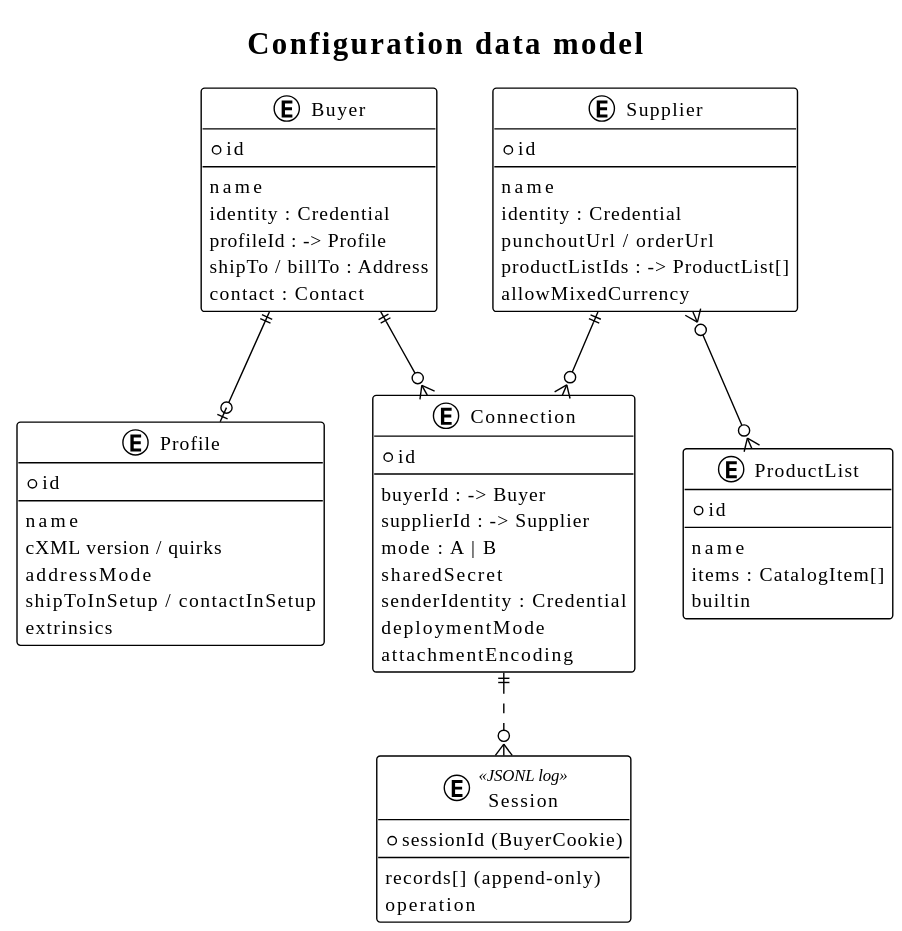
Earlier version of the PlantUML export docs/diagrams/data-model.svg (slawomir-szostak/punchout-simulator).
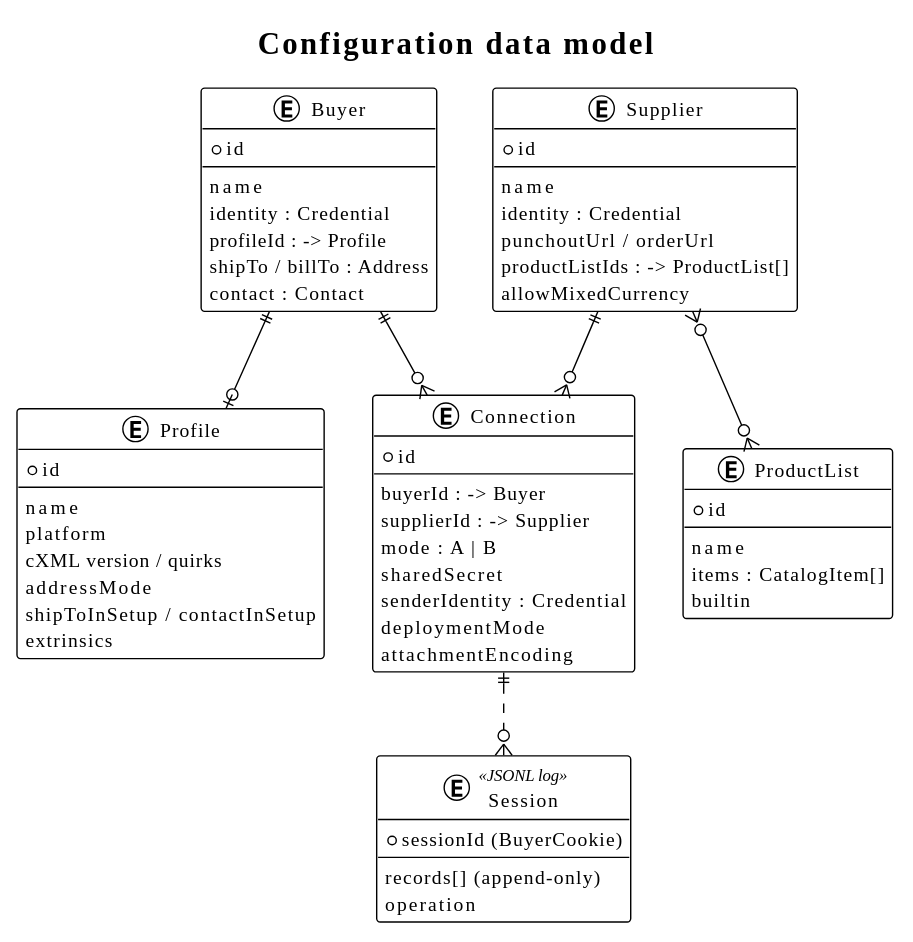
The same file after the commit.

Change to the diagram source:
```diff
@@ -38,6 +38,7 @@
   * id
   --
   name
+  platform
   cXML version / quirks
   addressMode
   shipToInSetup / contactInSetup
```
